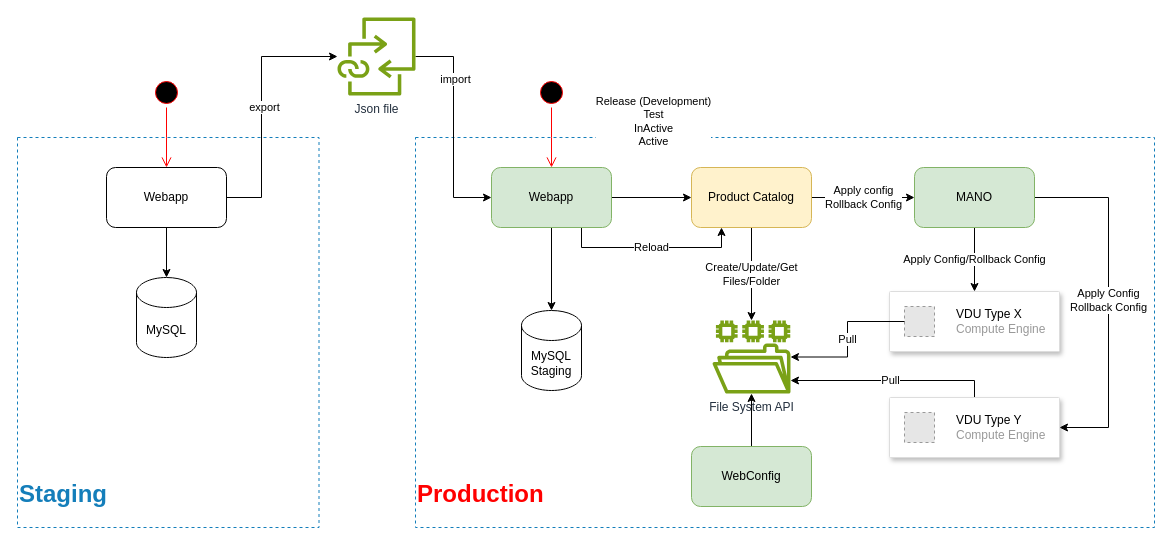
Earlier version of the draw.io diagram page "Trang-5" (5 of 5) of OCS100M/OCS4.0100M.drawio (duongbkak55/work). Source tidied: cells renumbered, new cells numbered last; positions are measured from the earlier drawing's top-left corner, leaving out a move shared by most shapes. Both pictures are drawn from the tidied source at 100%, with x=0, y=0 at pixel (17, 17). Pictures stored in the file or linked from it are replaced by grey dashed boxes.
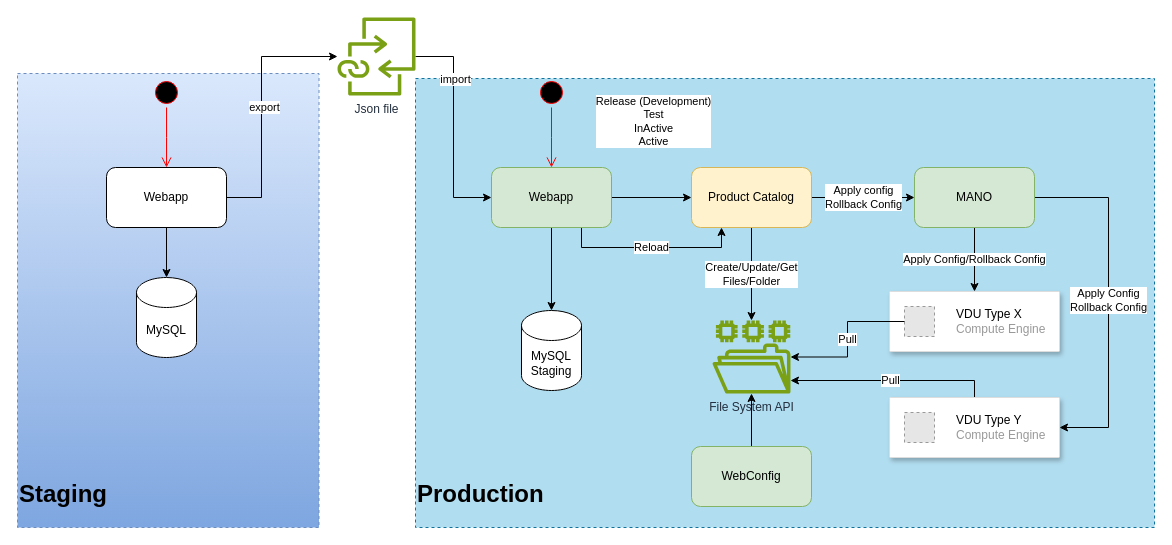
After the change.

Change to the diagram source:
```diff
@@
-    <mxCell id="2" value="&lt;h1&gt;Production&lt;/h1&gt;" style="fillColor=none;strokeColor=#147EBA;dashed=1;verticalAlign=bottom;fontStyle=0;fontColor=#FF0000;whiteSpace=wrap;html=1;align=left;" parent="1" vertex="1">
-      <mxGeometry x="398" y="120" width="739" height="390" as="geometry" />
+    <mxCell id="2" value="&lt;h1&gt;Production&lt;/h1&gt;" style="fillColor=#b1ddf0;strokeColor=#10739e;dashed=1;verticalAlign=bottom;fontStyle=0;whiteSpace=wrap;html=1;align=left;" parent="1" vertex="1">
+      <mxGeometry x="398" y="61" width="739" height="449" as="geometry" />
     </mxCell>
-    <mxCell id="3" value="&lt;h1&gt;Staging&lt;/h1&gt;" style="fillColor=none;strokeColor=#147EBA;dashed=1;verticalAlign=bottom;fontStyle=0;fontColor=#147EBA;whiteSpace=wrap;html=1;align=left;" parent="1" vertex="1">
-      <mxGeometry y="120" width="301.5" height="390" as="geometry" />
+    <mxCell id="3" value="&lt;h1&gt;Staging&lt;/h1&gt;" style="fillColor=#dae8fc;strokeColor=#6c8ebf;dashed=1;verticalAlign=bottom;fontStyle=0;whiteSpace=wrap;html=1;align=left;gradientColor=#7ea6e0;" parent="1" vertex="1">
+      <mxGeometry y="56" width="301.5" height="454" as="geometry" />
     </mxCell>
```
